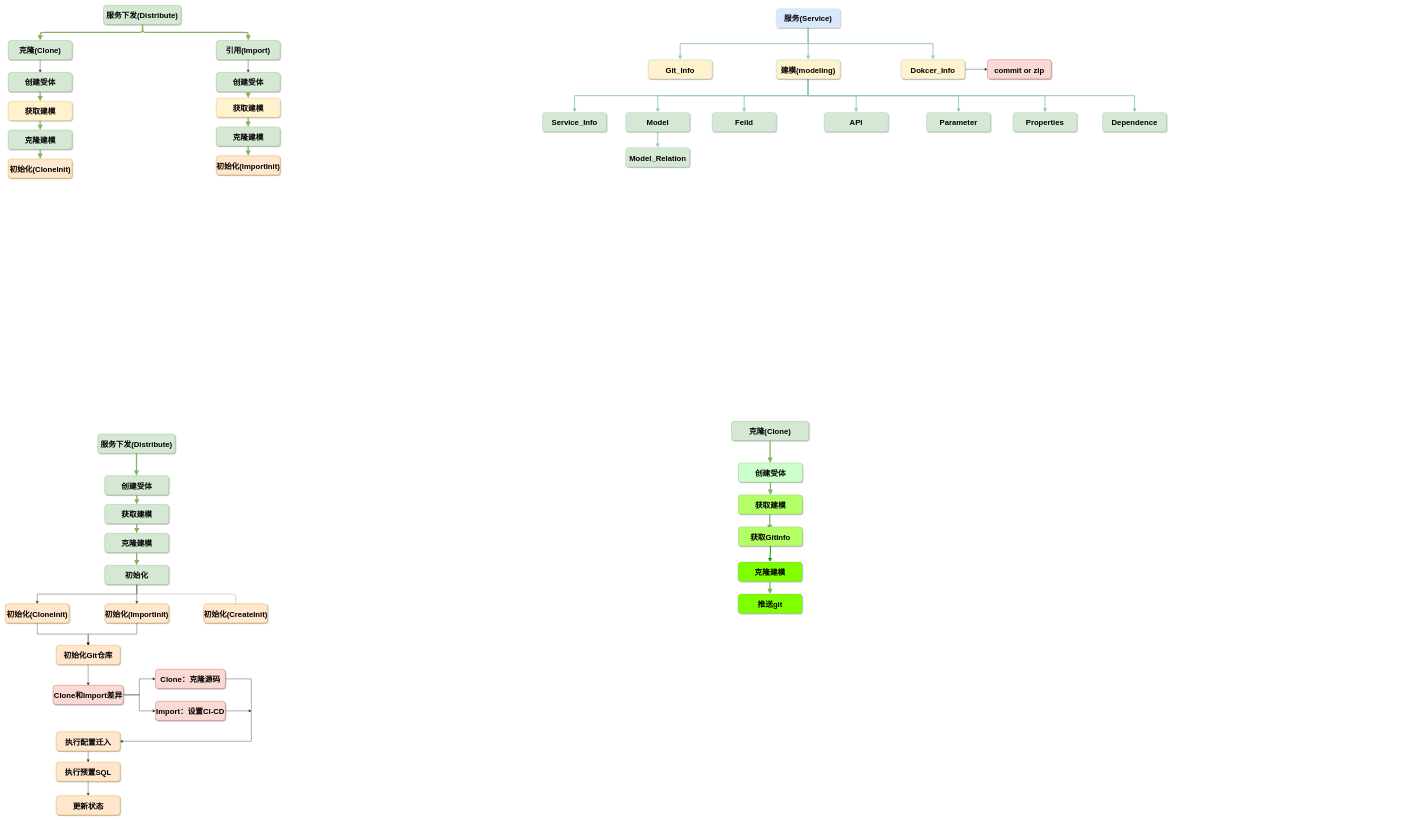
Before: 服务下发思路图.drawio in ThePointOfXu/liu_cheng_tu, a draw.io diagram. Source tidied: cells renumbered, new cells numbered last; positions are measured from the earlier drawing's top-left corner, leaving out a move shared by most shapes. Both pictures are drawn from the tidied source at 32%, with x=0, y=0 at pixel (5, 5).
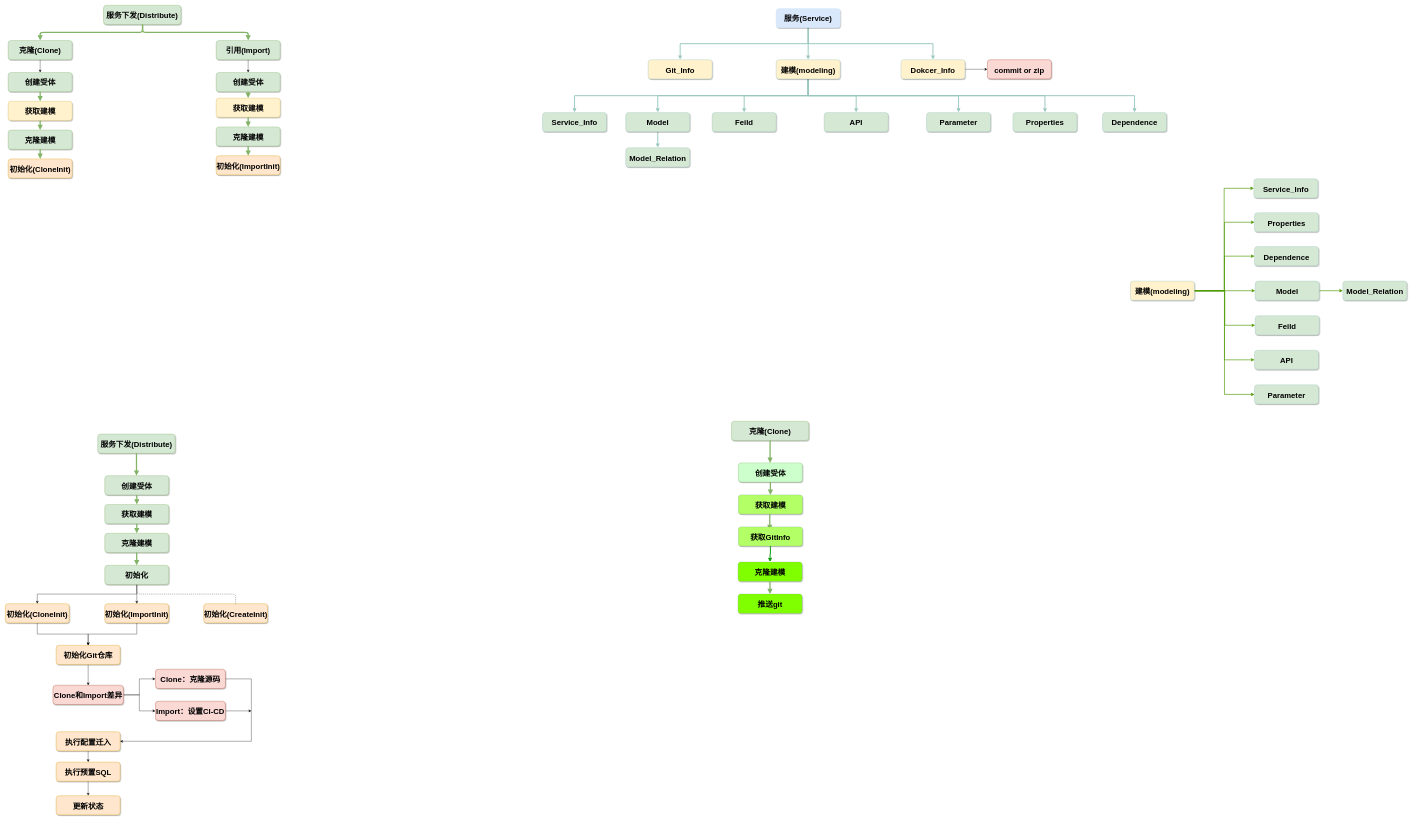
The same diagram, later.

Commit message:
Update 服务下发思路图.drawio

Change to the diagram source:
```diff
@@
+    <mxCell id="90" style="edgeStyle=orthogonalEdgeStyle;rounded=0;jettySize=auto;html=1;exitX=1;exitY=0.5;exitDx=0;exitDy=0;entryX=0;entryY=0.5;entryDx=0;entryDy=0;strokeWidth=2;strokeColor=#4D9900;" parent="1" edge="1" source="97" target="103">
+      <mxGeometry relative="1" as="geometry" />
+    </mxCell>
+    <mxCell id="91" style="edgeStyle=orthogonalEdgeStyle;rounded=0;jettySize=auto;html=1;exitX=1;exitY=0.5;exitDx=0;exitDy=0;entryX=0;entryY=0.5;entryDx=0;entryDy=0;strokeWidth=2;strokeColor=#4D9900;" parent="1" edge="1" source="97" target="104">
+      <mxGeometry relative="1" as="geometry" />
+    </mxCell>
+    <mxCell id="92" style="edgeStyle=orthogonalEdgeStyle;rounded=0;jettySize=auto;html=1;exitX=1;exitY=0.5;exitDx=0;exitDy=0;entryX=0;entryY=0.5;entryDx=0;entryDy=0;strokeWidth=2;strokeColor=#4D9900;" parent="1" edge="1" source="97" target="98">
+      <mxGeometry relative="1" as="geometry" />
+    </mxCell>
+    <mxCell id="93" style="edgeStyle=orthogonalEdgeStyle;rounded=0;jettySize=auto;html=1;exitX=1;exitY=0.5;exitDx=0;exitDy=0;entryX=0;entryY=0.5;entryDx=0;entryDy=0;strokeWidth=2;strokeColor=#4D9900;" parent="1" edge="1" source="97" target="105">
+      <mxGeometry relative="1" as="geometry" />
+    </mxCell>
+    <mxCell id="94" style="edgeStyle=orthogonalEdgeStyle;rounded=0;jettySize=auto;html=1;exitX=1;exitY=0.5;exitDx=0;exitDy=0;entryX=0;entryY=0.5;entryDx=0;entryDy=0;strokeWidth=2;strokeColor=#4D9900;" parent="1" edge="1" source="97" target="99">
+      <mxGeometry relative="1" as="geometry" />
+    </mxCell>
+    <mxCell id="95" style="edgeStyle=orthogonalEdgeStyle;rounded=0;jettySize=auto;html=1;exitX=1;exitY=0.5;exitDx=0;exitDy=0;entryX=0;entryY=0.5;entryDx=0;entryDy=0;strokeWidth=2;strokeColor=#4D9900;" parent="1" edge="1" source="97" target="100">
+      <mxGeometry relative="1" as="geometry" />
+    </mxCell>
+    <mxCell id="96" style="edgeStyle=orthogonalEdgeStyle;rounded=0;jettySize=auto;html=1;exitX=1;exitY=0.5;exitDx=0;exitDy=0;entryX=0;entryY=0.5;entryDx=0;entryDy=0;strokeWidth=2;strokeColor=#4D9900;" parent="1" edge="1" source="97" target="101">
+      <mxGeometry relative="1" as="geometry">
+        <Array as="points">
+          <mxPoint x="3811" y="892" />
+          <mxPoint x="3811" y="1000" />
+        </Array>
+      </mxGeometry>
+    </mxCell>
+    <mxCell id="97" value="建模(modeling)" style="rounded=1;fillColor=#fff2cc;shadow=1;fontStyle=1;fontSize=24;strokeColor=#9AC7BF;" parent="1" vertex="1">
+      <mxGeometry x="3516" y="862" width="200" height="60" as="geometry" />
+    </mxCell>
+    <mxCell id="98" value="Properties" style="rounded=1;fillColor=#d5e8d4;shadow=1;fontStyle=1;fontSize=24;strokeColor=#9AC7BF;" parent="1" vertex="1">
+      <mxGeometry x="3904" y="648" width="200" height="60" as="geometry" />
+    </mxCell>
+    <mxCell id="99" value="Parameter" style="rounded=1;fillColor=#d5e8d4;shadow=1;fontStyle=1;fontSize=24;strokeColor=#9AC7BF;" parent="1" vertex="1">
+      <mxGeometry x="3904" y="1186" width="200" height="60" as="geometry" />
+    </mxCell>
+    <mxCell id="100" value="API" style="rounded=1;fillColor=#d5e8d4;shadow=1;fontStyle=1;fontSize=24;strokeColor=#9AC7BF;" parent="1" vertex="1">
+      <mxGeometry x="3904" y="1078" width="200" height="60" as="geometry" />
+    </mxCell>
+    <mxCell id="101" value="Feild" style="rounded=1;fillColor=#d5e8d4;shadow=1;fontStyle=1;fontSize=24;strokeColor=#9AC7BF;" parent="1" vertex="1">
+      <mxGeometry x="3906" y="970" width="200" height="60" as="geometry" />
+    </mxCell>
+    <mxCell id="102" style="edgeStyle=orthogonalEdgeStyle;rounded=0;jettySize=auto;html=1;exitX=1;exitY=0.5;exitDx=0;exitDy=0;entryX=0;entryY=0.5;entryDx=0;entryDy=0;strokeWidth=2;strokeColor=#4D9900;" parent="1" edge="1" source="103" target="106">
+      <mxGeometry relative="1" as="geometry" />
+    </mxCell>
+    <mxCell id="103" value="Model" style="rounded=1;fillColor=#d5e8d4;shadow=1;fontStyle=1;fontSize=24;strokeColor=#9AC7BF;" parent="1" vertex="1">
+      <mxGeometry x="3906" y="862" width="200" height="60" as="geometry" />
+    </mxCell>
+    <mxCell id="104" value="Service_Info" style="rounded=1;fillColor=#d5e8d4;shadow=1;fontStyle=1;fontSize=24;strokeColor=#9AC7BF;" parent="1" vertex="1">
+      <mxGeometry x="3902" y="542" width="200" height="60" as="geometry" />
+    </mxCell>
+    <mxCell id="105" value="Dependence" style="rounded=1;fillColor=#d5e8d4;shadow=1;fontStyle=1;fontSize=24;strokeColor=#9AC7BF;" parent="1" vertex="1">
+      <mxGeometry x="3904" y="754" width="200" height="60" as="geometry" />
+    </mxCell>
+    <mxCell id="106" value="Model_Relation" style="rounded=1;fillColor=#d5e8d4;shadow=1;fontStyle=1;fontSize=24;strokeColor=#9AC7BF;" parent="1" vertex="1">
+      <mxGeometry x="4180" y="862" width="200" height="60" as="geometry" />
+    </mxCell>
```
